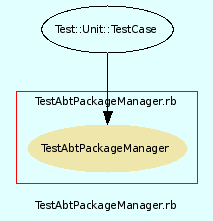
Earlier version of the Graphviz export src/trunk/doc/dot/f_13.png (eschabell/abtlinux). Its source is kept beside it as src/trunk/doc/dot/f_13.dot.
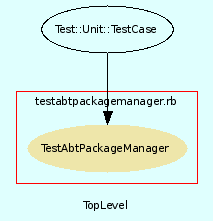
The same diagram one commit later.

The edit, as a diff of the source:
```diff
@@ -3,7 +3,7 @@
     bgcolor = lightcyan1
     fontname = Arial
     fontsize = 8
-    label = "TestAbtPackageManager.rb"
+    label = "TopLevel"
     node [
         fontname = Arial,
         fontsize = 8,
@@ -13,7 +13,7 @@
     subgraph cluster_14 {
         fontname = Arial
         color = red
-        label = "TestAbtPackageManager.rb"
+        label = "testabtpackagemanager.rb"
         TestAbtPackageManager [
             fontcolor = black,
             URL = "classes/TestAbtPackageManager.html",
```
